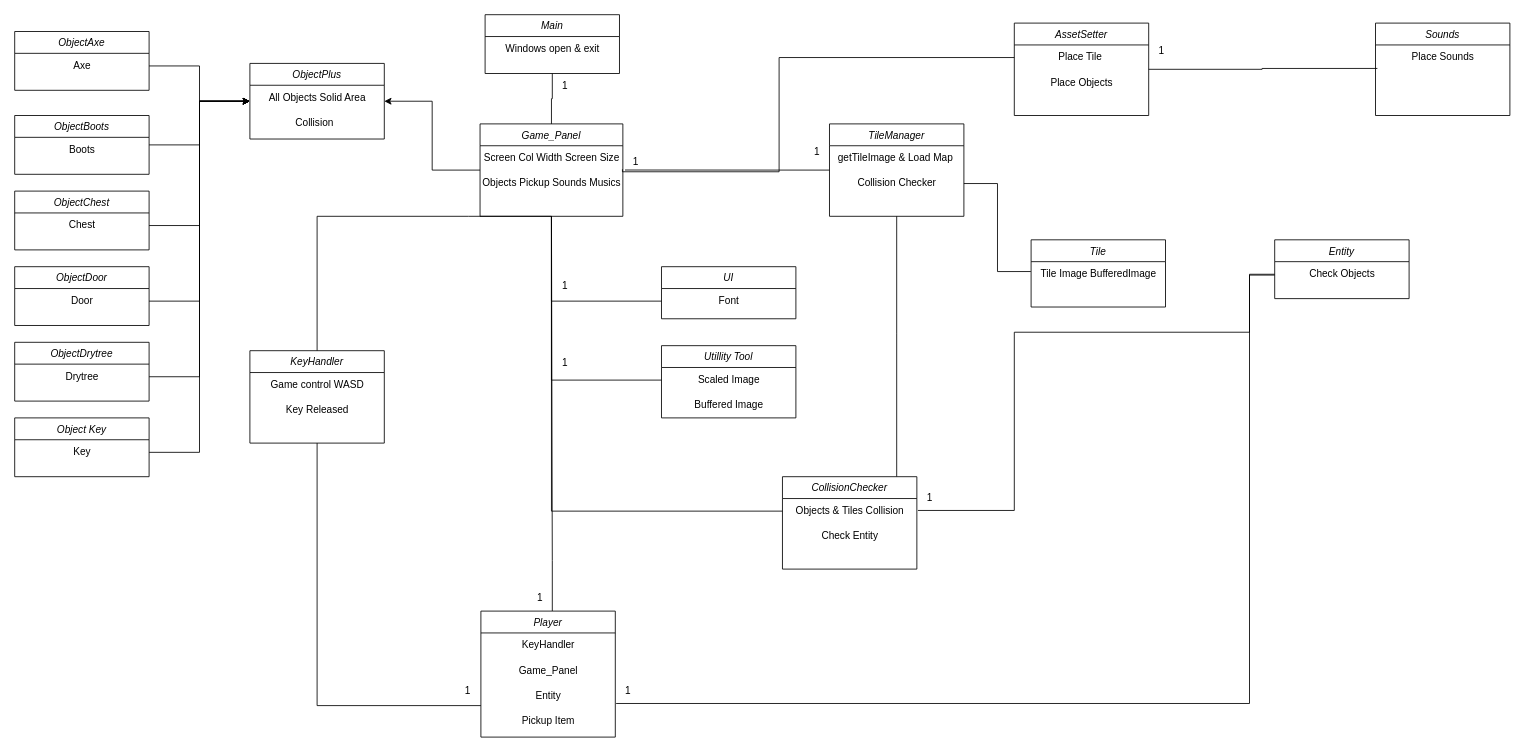
Earlier version of the draw.io diagram Untitled Diagram.drawio (NekoIngdgDD/FlyingNeko). Source tidied: cells renumbered, new cells numbered last; positions are measured from the earlier drawing's top-left corner, leaving out a move shared by most shapes. Both pictures are drawn from the tidied source at 84%, with x=0, y=0 at pixel (14, 14).
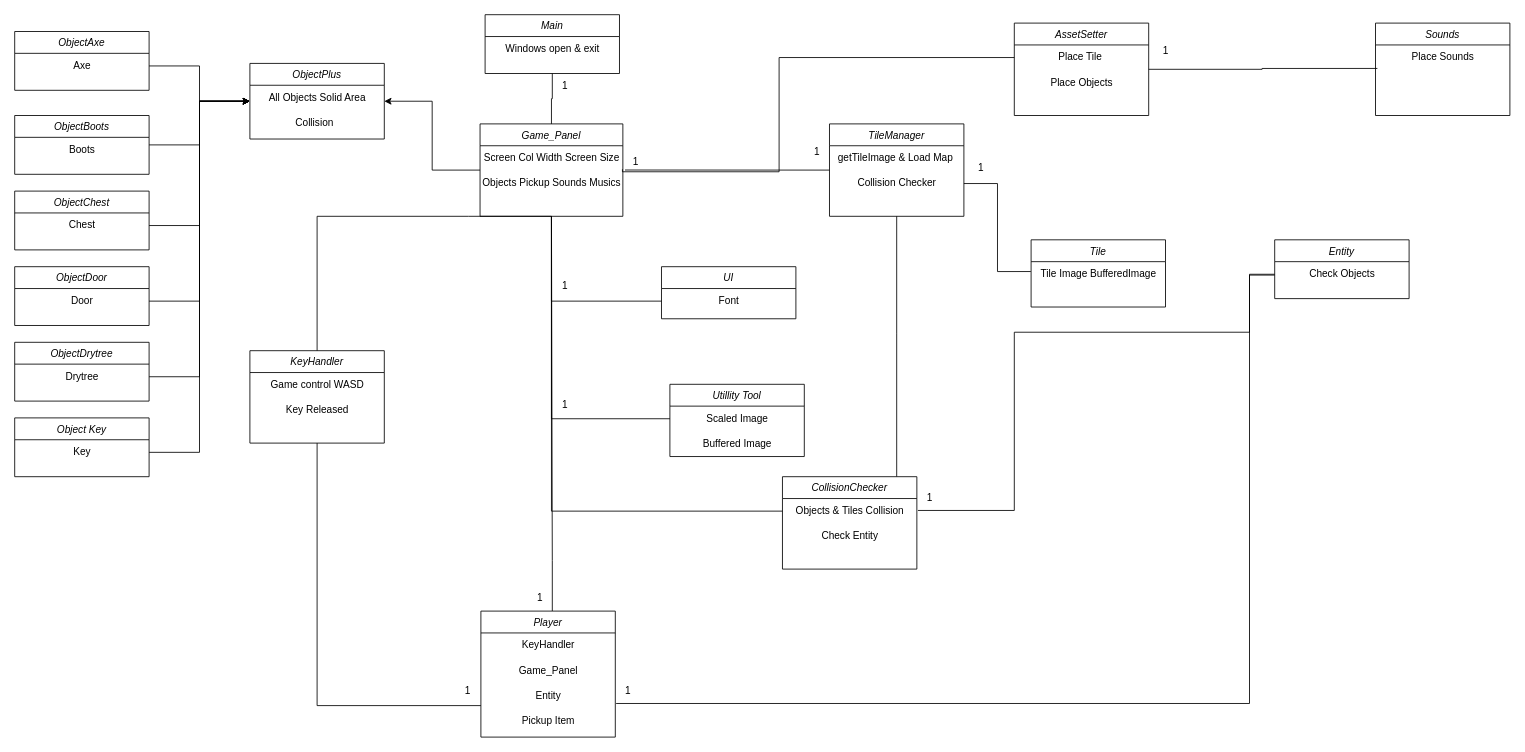
Above is the later version.

Diff of the diagram source:
```diff
@@
     <mxCell id="62" value="Utillity Tool" style="swimlane;fontStyle=2;align=center;verticalAlign=top;horizontal=1;startSize=26;rounded=0;shadow=0;strokeWidth=1;" parent="1" vertex="1">
-      <mxGeometry x="770" y="394" width="160" height="86" as="geometry" />
+      <mxGeometry x="780" y="440" width="160" height="86" as="geometry" />
     </mxCell>
@@
     <mxCell id="70" value="1" style="text;html=1;align=center;verticalAlign=middle;strokeColor=none;fillColor=none;" parent="1" vertex="1">
-      <mxGeometry x="640" y="400" width="30" height="30" as="geometry" />
+      <mxGeometry x="640" y="450" width="30" height="30" as="geometry" />
     </mxCell>
@@
     <mxCell id="80" value="1" style="text;html=1;align=center;verticalAlign=middle;strokeColor=none;fillColor=none;" parent="1" vertex="1">
-      <mxGeometry x="1350" y="28" width="30" height="30" as="geometry" />
+      <mxGeometry x="1355" y="28" width="30" height="30" as="geometry" />
     </mxCell>
+    <mxCell id="81" value="1" style="text;html=1;align=center;verticalAlign=middle;strokeColor=none;fillColor=none;" parent="1" vertex="1">
+      <mxGeometry x="1135" y="168" width="30" height="30" as="geometry" />
+    </mxCell>
```
